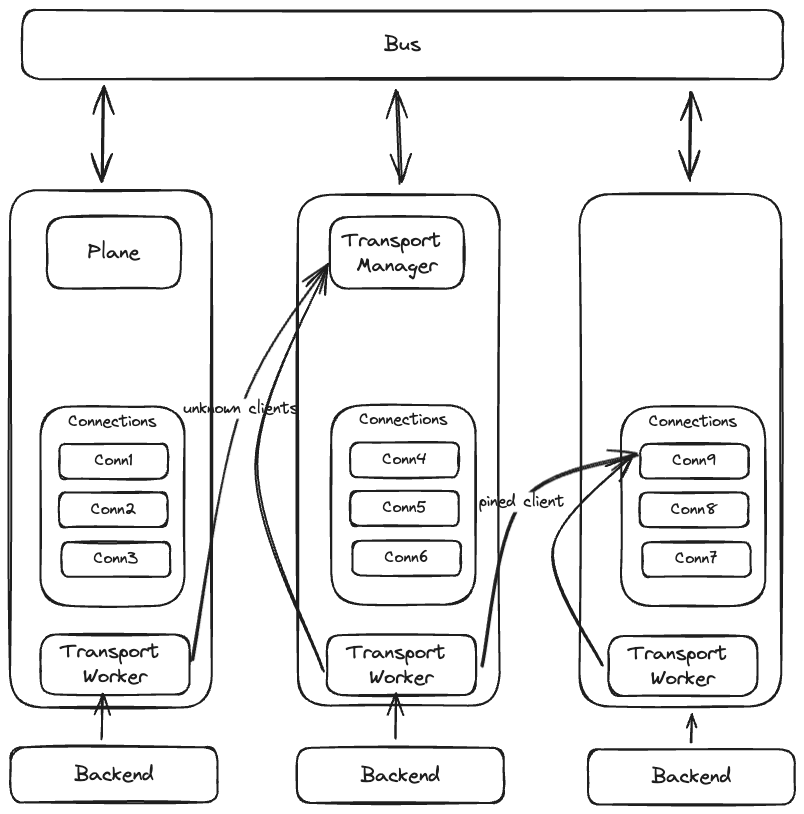
The Excalidraw diagram docs/imgs/internal.excalidraw.png in 8xFF/atm0s-sdn, before a commit. Source tidied: one line per element, renumbered; positions are measured from the earlier drawing's top-left corner, leaving out a move shared by most shapes.
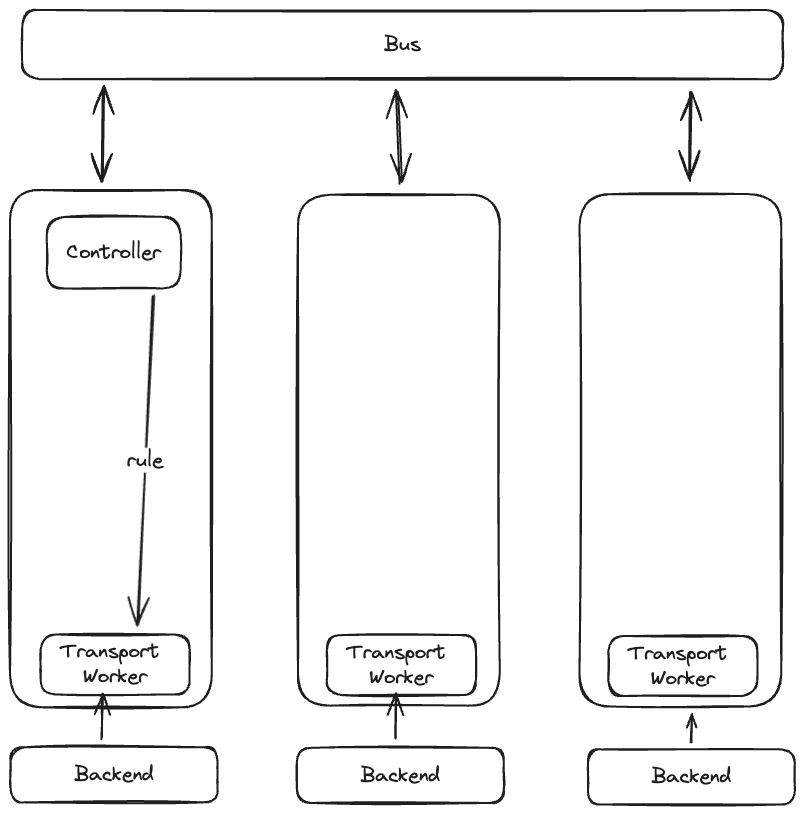
Above is the later version.

The edit, as a diff of the source:
```diff
@@ -16,42 +16,12 @@
 {"id": 15, "type": "arrow", "strokeColor": "#1e1e1e", "strokeWidth": 2, "roughness": 1, "endArrowhead": "arrow", "round": true, "from": 9, "x": 92, "y": 729, "width": 1, "height": 45, "points": [[0, 0], [1, -45]]}
 {"id": 16, "type": "arrow", "strokeColor": "#1e1e1e", "strokeWidth": 2, "roughness": 1, "endArrowhead": "arrow", "round": true, "from": 11, "x": 385, "y": 729, "width": 1, "height": 46, "points": [[0, 0], [1, -46]]}
 {"id": 17, "type": "rectangle", "strokeColor": "#1e1e1e", "strokeWidth": 2, "roughness": 1, "round": true, "x": 37, "y": 207, "width": 134, "height": 72}
-{"id": 18, "type": "text", "text": "Plane", "strokeColor": "#1e1e1e", "strokeWidth": 2, "roughness": 1, "fontSize": 20, "fontFamily": 1, "textAlign": "center", "verticalAlign": "middle", "inside": 17, "x": 78, "y": 230, "width": 52, "height": 25}
+{"id": 18, "type": "text", "text": "Controller", "strokeColor": "#1e1e1e", "strokeWidth": 2, "roughness": 1, "fontSize": 20, "fontFamily": 1, "textAlign": "center", "verticalAlign": "middle", "inside": 17, "x": 57, "y": 230, "width": 94, "height": 25}
-{"id": 19, "type": "rectangle", "strokeColor": "#1e1e1e", "strokeWidth": 2, "roughness": 1, "round": true, "x": 321, "y": 395, "width": 144, "height": 200}
-{"id": 20, "type": "text", "text": "Connections", "strokeColor": "#1e1e1e", "strokeWidth": 2, "roughness": 1, "fontSize": 16, "fontFamily": 1, "textAlign": "center", "inside": 19, "x": 349, "y": 400, "width": 88, "height": 20}
-{"id": 21, "type": "rectangle", "strokeColor": "#1e1e1e", "strokeWidth": 2, "roughness": 1, "round": true, "x": 340, "y": 432, "width": 109, "height": 35}
-{"id": 22, "type": "text", "text": "Conn4", "strokeColor": "#1e1e1e", "strokeWidth": 2, "roughness": 1, "fontSize": 16, "fontFamily": 1, "textAlign": "center", "verticalAlign": "middle", "inside": 21, "x": 372, "y": 440, "width": 44, "height": 20}
-{"id": 23, "type": "rectangle", "strokeColor": "#1e1e1e", "strokeWidth": 2, "roughness": 1, "round": true, "x": 340, "y": 481, "width": 109, "height": 35}
-{"id": 24, "type": "text", "text": "Conn5", "strokeColor": "#1e1e1e", "strokeWidth": 2, "roughness": 1, "fontSize": 16, "fontFamily": 1, "textAlign": "center", "verticalAlign": "middle", "inside": 23, "x": 372, "y": 488, "width": 44, "height": 20}
-{"id": 25, "type": "rectangle", "strokeColor": "#1e1e1e", "strokeWidth": 2, "roughness": 1, "round": true, "x": 342, "y": 531, "width": 109, "height": 35}
-{"id": 26, "type": "text", "text": "Conn6", "strokeColor": "#1e1e1e", "strokeWidth": 2, "roughness": 1, "fontSize": 16, "fontFamily": 1, "textAlign": "center", "verticalAlign": "middle", "inside": 25, "x": 375, "y": 538, "width": 44, "height": 20}
-{"id": 27, "type": "rectangle", "strokeColor": "#1e1e1e", "strokeWidth": 2, "roughness": 1, "round": true, "x": 611, "y": 397, "width": 144, "height": 200}
-{"id": 28, "type": "text", "text": "Connections", "strokeColor": "#1e1e1e", "strokeWidth": 2, "roughness": 1, "fontSize": 16, "fontFamily": 1, "textAlign": "center", "inside": 27, "x": 639, "y": 402, "width": 88, "height": 20}
-{"id": 29, "type": "rectangle", "strokeColor": "#1e1e1e", "strokeWidth": 2, "roughness": 1, "round": true, "x": 630, "y": 434, "width": 109, "height": 35}
-{"id": 30, "type": "text", "text": "Conn9", "strokeColor": "#1e1e1e", "strokeWidth": 2, "roughness": 1, "fontSize": 16, "fontFamily": 1, "textAlign": "center", "verticalAlign": "middle", "inside": 29, "x": 662, "y": 441, "width": 44, "height": 20}
-{"id": 31, "type": "rectangle", "strokeColor": "#1e1e1e", "strokeWidth": 2, "roughness": 1, "round": true, "x": 630, "y": 482, "width": 109, "height": 35}
-{"id": 32, "type": "text", "text": "Conn8", "strokeColor": "#1e1e1e", "strokeWidth": 2, "roughness": 1, "fontSize": 16, "fontFamily": 1, "textAlign": "center", "verticalAlign": "middle", "inside": 31, "x": 661, "y": 490, "width": 46, "height": 20}
-{"id": 33, "type": "rectangle", "strokeColor": "#1e1e1e", "strokeWidth": 2, "roughness": 1, "round": true, "x": 632, "y": 532, "width": 109, "height": 35}
-{"id": 34, "type": "text", "text": "Conn7", "strokeColor": "#1e1e1e", "strokeWidth": 2, "roughness": 1, "fontSize": 16, "fontFamily": 1, "textAlign": "center", "verticalAlign": "middle", "inside": 33, "x": 665, "y": 539, "width": 43, "height": 20}
-{"id": 35, "type": "rectangle", "strokeColor": "#1e1e1e", "strokeWidth": 2, "roughness": 1, "round": true, "x": 30, "y": 397, "width": 144, "height": 200}
-{"id": 36, "type": "text", "text": "Connections", "strokeColor": "#1e1e1e", "strokeWidth": 2, "roughness": 1, "fontSize": 16, "fontFamily": 1, "textAlign": "center", "inside": 35, "x": 58, "y": 402, "width": 88, "height": 20}
-{"id": 37, "type": "rectangle", "strokeColor": "#1e1e1e", "strokeWidth": 2, "roughness": 1, "round": true, "x": 49, "y": 434, "width": 109, "height": 35}
-{"id": 38, "type": "text", "text": "Conn1", "strokeColor": "#1e1e1e", "strokeWidth": 2, "roughness": 1, "fontSize": 16, "fontFamily": 1, "textAlign": "center", "verticalAlign": "middle", "inside": 37, "x": 85, "y": 441, "width": 38, "height": 20}
-{"id": 39, "type": "rectangle", "strokeColor": "#1e1e1e", "strokeWidth": 2, "roughness": 1, "round": true, "x": 49, "y": 482, "width": 109, "height": 35}
-{"id": 40, "type": "text", "text": "Conn2", "strokeColor": "#1e1e1e", "strokeWidth": 2, "roughness": 1, "fontSize": 16, "fontFamily": 1, "textAlign": "center", "verticalAlign": "middle", "inside": 39, "x": 81, "y": 490, "width": 46, "height": 20}
-{"id": 41, "type": "rectangle", "strokeColor": "#1e1e1e", "strokeWidth": 2, "roughness": 1, "round": true, "x": 52, "y": 532, "width": 109, "height": 35}
-{"id": 42, "type": "text", "text": "Conn3", "strokeColor": "#1e1e1e", "strokeWidth": 2, "roughness": 1, "fontSize": 16, "fontFamily": 1, "textAlign": "center", "verticalAlign": "middle", "inside": 41, "x": 83, "y": 539, "width": 45, "height": 20}
 {"id": 43, "type": "arrow", "strokeColor": "#1e1e1e", "strokeWidth": 2, "roughness": 1, "endArrowhead": "arrow", "round": true, "from": 13, "to": 6, "x": 681, "y": 732, "width": 1, "height": 28, "points": [[0, 0], [1, -28]]}
-{"id": 44, "type": "rectangle", "strokeColor": "#1e1e1e", "strokeWidth": 2, "roughness": 1, "round": true, "x": 320, "y": 207, "width": 134, "height": 72}
-{"id": 45, "type": "text", "text": "Transport \nManager", "strokeColor": "#1e1e1e", "strokeWidth": 2, "roughness": 1, "fontSize": 20, "fontFamily": 1, "textAlign": "center", "verticalAlign": "middle", "inside": 44, "x": 332, "y": 218, "width": 109, "height": 50}
-{"id": 46, "type": "arrow", "strokeColor": "#1e1e1e", "strokeWidth": 2, "roughness": 1, "endArrowhead": "arrow", "round": true, "from": 4, "to": 44, "x": 314, "y": 661, "width": 71, "height": 407, "points": [[0, 0], [-67, -206], [4, -407]]}
-{"id": 47, "type": "arrow", "strokeColor": "#1e1e1e", "strokeWidth": 2, "roughness": 1, "endArrowhead": "arrow", "round": true, "from": 2, "to": 44, "x": 182, "y": 650, "width": 137, "height": 396, "points": [[0, 0], [49, -251], [137, -396]]}
-{"id": 48, "type": "text", "text": "unknown clients", "strokeColor": "#1e1e1e", "strokeWidth": 2, "roughness": 1, "fontSize": 16, "fontFamily": 1, "textAlign": "center", "verticalAlign": "middle", "inside": 47, "x": 173, "y": 389, "width": 116, "height": 20}
-{"id": 49, "type": "arrow", "strokeColor": "#1e1e1e", "strokeWidth": 2, "roughness": 1, "endArrowhead": "arrow", "round": true, "from": 7, "to": 29, "x": 593, "y": 655, "width": 80, "height": 210, "points": [[0, 0], [-50, -117], [31, -210]]}
-{"id": 50, "type": "arrow", "strokeColor": "#1e1e1e", "strokeWidth": 2, "roughness": 1, "endArrowhead": "arrow", "round": true, "from": 4, "to": 29, "x": 472, "y": 657, "width": 157, "height": 213, "points": [[0, 0], [40, -165], [157, -213]]}
-{"id": 51, "type": "text", "text": "pined client", "strokeColor": "#1e1e1e", "strokeWidth": 2, "roughness": 1, "fontSize": 16, "fontFamily": 1, "textAlign": "center", "verticalAlign": "middle", "inside": 50, "x": 469, "y": 482, "width": 86, "height": 20}
 {"id": 52, "type": "rectangle", "strokeColor": "#1e1e1e", "strokeWidth": 2, "roughness": 1, "round": true, "x": 12, "y": 0, "width": 761, "height": 69}
 {"id": 53, "type": "text", "text": "Bus", "strokeColor": "#1e1e1e", "strokeWidth": 2, "roughness": 1, "fontSize": 20, "fontFamily": 1, "textAlign": "center", "verticalAlign": "middle", "inside": 52, "x": 374, "y": 22, "width": 37, "height": 25}
 {"id": 54, "type": "arrow", "strokeColor": "#1e1e1e", "strokeWidth": 2, "roughness": 1, "startArrowhead": "arrow", "endArrowhead": "arrow", "round": true, "from": 52, "to": 0, "x": 94, "y": 77, "width": 1, "height": 94, "points": [[0, 0], [-1, 94]]}
 {"id": 55, "type": "arrow", "strokeColor": "#1e1e1e", "strokeWidth": 2, "roughness": 1, "startArrowhead": "arrow", "endArrowhead": "arrow", "round": true, "from": 52, "to": 1, "x": 386, "y": 80, "width": 4, "height": 93, "points": [[0, 0], [4, 93]]}
 {"id": 56, "type": "arrow", "strokeColor": "#1e1e1e", "strokeWidth": 2, "roughness": 1, "startArrowhead": "arrow", "endArrowhead": "arrow", "round": true, "from": 52, "to": 6, "x": 682, "y": 81, "width": 2, "height": 90, "points": [[0, 0], [-2, 90]]}
+{"id": 57, "type": "arrow", "strokeColor": "#1e1e1e", "strokeWidth": 2, "roughness": 1, "endArrowhead": "arrow", "round": true, "from": 17, "to": 2, "x": 143, "y": 286, "width": 15, "height": 329, "points": [[0, 0], [-15, 329]]}
+{"id": 58, "type": "text", "text": "rule", "strokeColor": "#1e1e1e", "strokeWidth": 2, "roughness": 1, "fontSize": 20, "fontFamily": 1, "textAlign": "center", "verticalAlign": "middle", "inside": 57, "x": 117, "y": 438, "width": 36, "height": 25}
```
